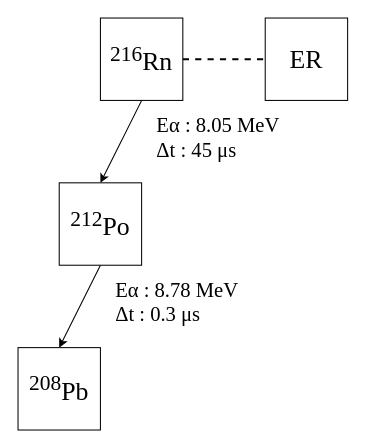
This is XMLfile/213Po_decay.drawio from Kohta-jp/graph, a draw.io file, before an edit. Source tidied: cells renumbered, new cells numbered last; positions are measured from the earlier drawing's top-left corner, leaving out a move shared by most shapes. Both pictures are drawn from the tidied source at 103%, with x=0, y=0 at pixel (18, 18).
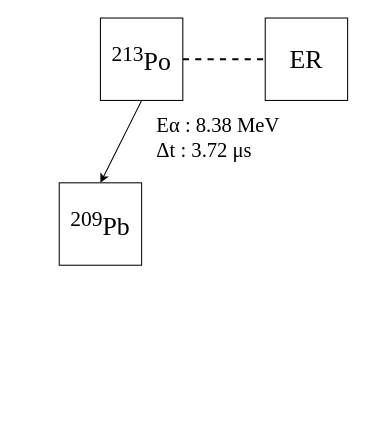
Above is the later version.

Commit message:
213Po_decay.drawio を更新します

The edit, as a diff of the source:
```diff
@@
 <mxGraphModel>
   <root>
     <mxCell id="0" />
     <mxCell id="1" parent="0" />
     <mxCell id="2" value="ER" style="whiteSpace=wrap;html=1;fontFamily=Times New Roman;fontSize=25;" parent="1" vertex="1">
       <mxGeometry x="240" width="80" height="80" as="geometry" />
     </mxCell>
     <mxCell id="3" style="endArrow=none;dashed=1;html=1;rounded=0;endSize=6;strokeWidth=2;" parent="1" edge="1">
       <mxGeometry relative="1" as="geometry">
         <mxPoint x="160" y="40" as="sourcePoint" />
         <mxPoint x="240" y="40" as="targetPoint" />
       </mxGeometry>
     </mxCell>
-    <mxCell id="4" value="&lt;sup&gt;216&lt;/sup&gt;Rn" style="whiteSpace=wrap;html=1;fontFamily=Times New Roman;fontSize=25;" parent="1" vertex="1">
+    <mxCell id="4" value="&lt;sup&gt;213&lt;/sup&gt;Po" style="whiteSpace=wrap;html=1;fontFamily=Times New Roman;fontSize=25;" parent="1" vertex="1">
       <mxGeometry x="80" width="80" height="80" as="geometry" />
     </mxCell>
     <mxCell id="5" style="endArrow=classic;html=1;rounded=0;exitX=0;exitY=1;exitDx=0;exitDy=0;entryX=0.5;entryY=0;entryDx=0;entryDy=0;" parent="1" edge="1" target="6">
       <mxGeometry relative="1" as="geometry">
         <mxPoint x="120" y="80" as="sourcePoint" />
       </mxGeometry>
     </mxCell>
-    <mxCell id="6" value="&lt;sup&gt;212&lt;/sup&gt;Po" style="whiteSpace=wrap;html=1;fontFamily=Times New Roman;fontSize=25;" parent="1" vertex="1">
+    <mxCell id="6" value="&lt;sup style=&quot;border-color: var(--border-color);&quot;&gt;209&lt;/sup&gt;Pb" style="whiteSpace=wrap;html=1;fontFamily=Times New Roman;fontSize=25;" parent="1" vertex="1">
       <mxGeometry x="40" y="160" width="80" height="80" as="geometry" />
     </mxCell>
-    <mxCell id="7" style="endArrow=classic;html=1;rounded=0;exitX=0.5;exitY=1;exitDx=0;exitDy=0;" parent="1" edge="1" source="6">
-      <mxGeometry relative="1" as="geometry">
-        <mxPoint x="40" y="320" as="targetPoint" />
-      </mxGeometry>
-    </mxCell>
-    <mxCell id="8" value="&lt;sup&gt;208&lt;/sup&gt;Pb" style="whiteSpace=wrap;html=1;fontFamily=Times New Roman;fontSize=25;" parent="1" vertex="1">
-      <mxGeometry y="320" width="80" height="80" as="geometry" />
-    </mxCell>
-    <mxCell id="9" value="&lt;font style=&quot;font-size: 20px;&quot;&gt;Eα : 8.05 MeV&lt;br style=&quot;font-size: 20px;&quot;&gt;&lt;div style=&quot;text-align: left; font-size: 20px;&quot;&gt;&lt;span style=&quot;background-color: initial; font-size: 20px;&quot;&gt;Δt : 45 μs&lt;/span&gt;&lt;/div&gt;&lt;/font&gt;" style="text;html=1;strokeColor=none;fillColor=none;align=center;verticalAlign=middle;whiteSpace=wrap;rounded=0;labelPosition=center;verticalLabelPosition=middle;spacing=2;fontFamily=Times New Roman;fontSize=20;" parent="1" vertex="1">
+    <mxCell id="9" value="&lt;font style=&quot;font-size: 20px;&quot;&gt;Eα : 8.38 MeV&lt;br style=&quot;font-size: 20px;&quot;&gt;&lt;div style=&quot;text-align: left; font-size: 20px;&quot;&gt;&lt;span style=&quot;background-color: initial; font-size: 20px;&quot;&gt;Δt : 3.72&lt;/span&gt;&lt;span style=&quot;background-color: initial;&quot;&gt;&amp;nbsp;μs&lt;/span&gt;&lt;/div&gt;&lt;/font&gt;" style="text;html=1;strokeColor=none;fillColor=none;align=center;verticalAlign=middle;whiteSpace=wrap;rounded=0;labelPosition=center;verticalLabelPosition=middle;spacing=2;fontFamily=Times New Roman;fontSize=20;" parent="1" vertex="1">
       <mxGeometry x="120" y="90" width="149" height="50" as="geometry" />
     </mxCell>
-    <mxCell id="10" value="&lt;font style=&quot;font-size: 20px;&quot;&gt;Eα : 8.78 MeV&lt;br style=&quot;font-size: 20px;&quot;&gt;&lt;div style=&quot;text-align: left; font-size: 20px;&quot;&gt;&lt;span style=&quot;background-color: initial; font-size: 20px;&quot;&gt;Δt : 0.3&lt;/span&gt;&lt;span style=&quot;background-color: initial; font-size: 20px;&quot;&gt;&amp;nbsp;μs&lt;/span&gt;&lt;/div&gt;&lt;/font&gt;" style="text;html=1;strokeColor=none;fillColor=none;align=center;verticalAlign=middle;whiteSpace=wrap;rounded=0;labelPosition=center;verticalLabelPosition=middle;spacing=2;fontFamily=Times New Roman;fontSize=20;" parent="1" vertex="1">
-      <mxGeometry x="80" y="250" width="149" height="50" as="geometry" />
-    </mxCell>
   </root>
 </mxGraphModel>
```
